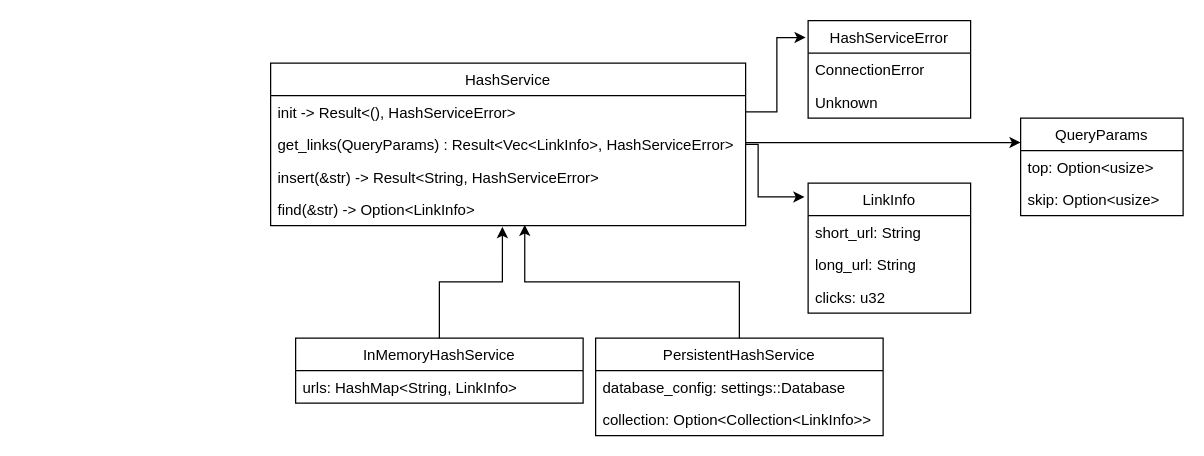
Before: page "hashservice" (3 of 5) of docs/url-shortener.drawio in ivanenkomaksym/rust-short-url, a draw.io diagram. Source tidied: cells renumbered, new cells numbered last; positions are measured from the earlier drawing's top-left corner, leaving out a move shared by most shapes. Both pictures are drawn from the tidied source at 125%, with x=0, y=0 at pixel (270, 20).
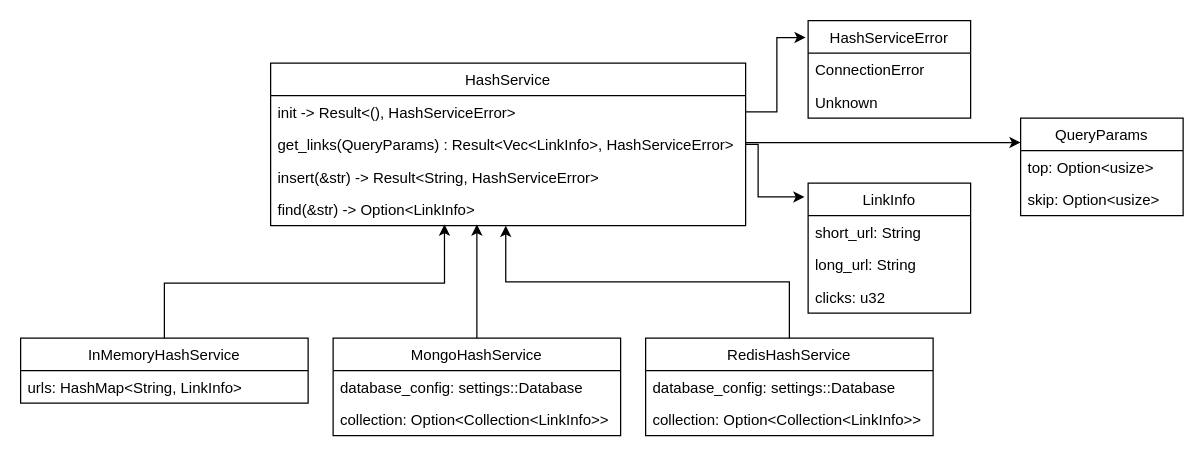
After the change.

Unchanged cells that the change refers to:
```xml
<mxCell id="6" value="find(&amp;str) -&gt; Option&lt;LinkInfo&gt;" style="text;strokeColor=none;fillColor=none;align=left;verticalAlign=top;spacingLeft=4;spacingRight=4;overflow=hidden;points=[[0,0.5],[1,0.5]];portConstraint=eastwest;" parent="2" vertex="1">
  <mxGeometry y="104" width="380" height="26" as="geometry" />
</mxCell>
```

What changed in the source:
```diff
@@
-    <mxCell id="14" style="edgeStyle=orthogonalEdgeStyle;rounded=0;jettySize=auto;html=1;entryX=0.488;entryY=1.038;entryDx=0;entryDy=0;entryPerimeter=0;" parent="1" edge="1" source="15" target="6">
-      <mxGeometry relative="1" as="geometry" />
+    <mxCell id="14" style="edgeStyle=orthogonalEdgeStyle;rounded=0;jettySize=auto;html=1;entryX=0.366;entryY=0.962;entryDx=0;entryDy=0;entryPerimeter=0;" parent="1" edge="1" source="15" target="6">
+      <mxGeometry relative="1" as="geometry">
+        <Array as="points">
+          <mxPoint x="-85" y="210" />
+          <mxPoint x="139" y="210" />
+        </Array>
+      </mxGeometry>
     </mxCell>
     <mxCell id="15" value="InMemoryHashService" style="swimlane;fontStyle=0;horizontal=1;startSize=26;fillColor=none;" parent="1" vertex="1">
-      <mxGeometry x="20" y="254" width="230" height="52" as="geometry" />
+      <mxGeometry x="-200" y="254" width="230" height="52" as="geometry" />
     </mxCell>
@@
-    <mxCell id="17" style="edgeStyle=orthogonalEdgeStyle;rounded=0;jettySize=auto;html=1;entryX=0.535;entryY=0.974;entryDx=0;entryDy=0;entryPerimeter=0;" parent="1" edge="1" source="18" target="6">
-      <mxGeometry relative="1" as="geometry" />
+    <mxCell id="17" style="edgeStyle=orthogonalEdgeStyle;rounded=0;jettySize=auto;html=1;" parent="1" edge="1" source="18">
+      <mxGeometry relative="1" as="geometry">
+        <mxPoint x="165" y="163" as="targetPoint" />
+        <Array as="points">
+          <mxPoint x="165" y="163" />
+        </Array>
+      </mxGeometry>
     </mxCell>
-    <mxCell id="18" value="PersistentHashService" style="swimlane;fontStyle=0;horizontal=1;startSize=26;fillColor=none;" parent="1" vertex="1">
-      <mxGeometry x="260" y="254" width="230" height="78" as="geometry" />
+    <mxCell id="18" value="MongoHashService" style="swimlane;fontStyle=0;horizontal=1;startSize=26;fillColor=none;" parent="1" vertex="1">
+      <mxGeometry x="50" y="254" width="230" height="78" as="geometry" />
     </mxCell>
@@
+    <mxCell id="27" style="edgeStyle=orthogonalEdgeStyle;rounded=0;jettySize=auto;html=1;entryX=0.495;entryY=1;entryDx=0;entryDy=0;entryPerimeter=0;" parent="1" edge="1" source="28" target="6">
+      <mxGeometry relative="1" as="geometry" />
+    </mxCell>
+    <mxCell id="28" value="RedisHashService" style="swimlane;fontStyle=0;horizontal=1;startSize=26;fillColor=none;" parent="1" vertex="1">
+      <mxGeometry x="300" y="254" width="230" height="78" as="geometry" />
+    </mxCell>
+    <mxCell id="29" value="database_config: settings::Database" style="text;strokeColor=none;fillColor=none;align=left;verticalAlign=top;spacingLeft=4;spacingRight=4;overflow=hidden;" parent="28" vertex="1">
+      <mxGeometry y="26" width="230" height="26" as="geometry" />
+    </mxCell>
+    <mxCell id="30" value="collection: Option&lt;Collection&lt;LinkInfo&gt;&gt;" style="text;strokeColor=none;fillColor=none;align=left;verticalAlign=top;spacingLeft=4;spacingRight=4;overflow=hidden;" parent="28" vertex="1">
+      <mxGeometry y="52" width="230" height="26" as="geometry" />
+    </mxCell>
```
